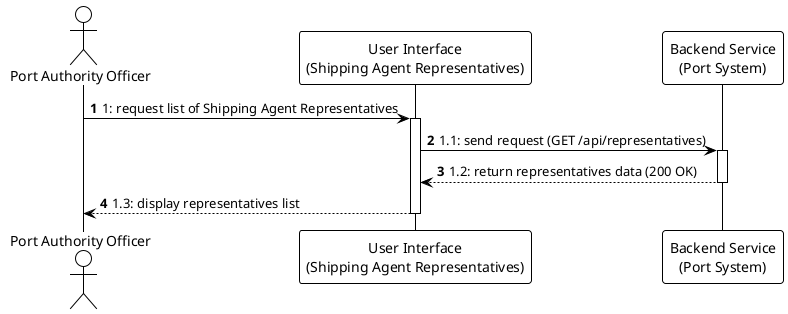
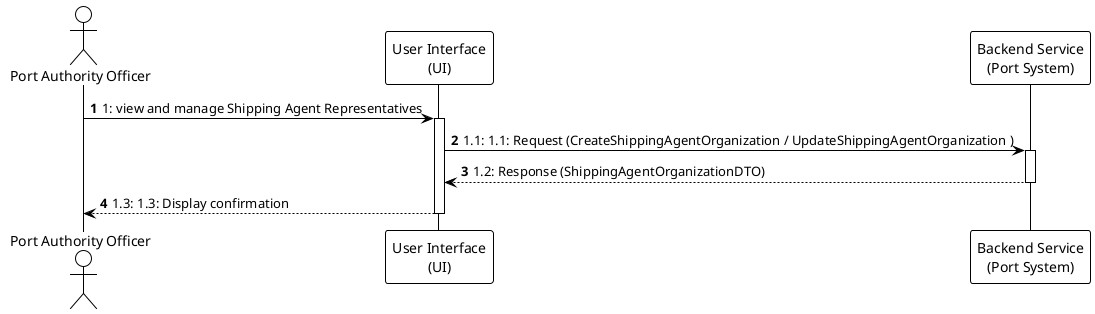
@startuml
!theme plain
autonumber

actor "Port Authority Officer" as Officer
- participant "User Interface\n(Shipping Agent Representatives)" as UI
+ participant "User Interface\n(UI)" as UI
participant "Backend Service\n(Port System)" as Backend

- Officer -> UI : 1: request list of Shipping Agent Representatives
+ Officer -> UI : 1: view and manage Shipping Agent Representatives
activate UI
- UI -> Backend : 1.1: send request (GET /api/representatives)
+ UI -> Backend : 1.1: 1.1: Request (CreateShippingAgentOrganization / UpdateShippingAgentOrganization )
activate Backend
- Backend --> UI : 1.2: return representatives data (200 OK)
+ Backend --> UI : 1.2: Response (ShippingAgentOrganizationDTO)
deactivate Backend
- UI --> Officer : 1.3: display representatives list
+ UI --> Officer : 1.3: 1.3: Display confirmation
deactivate UI

@enduml
